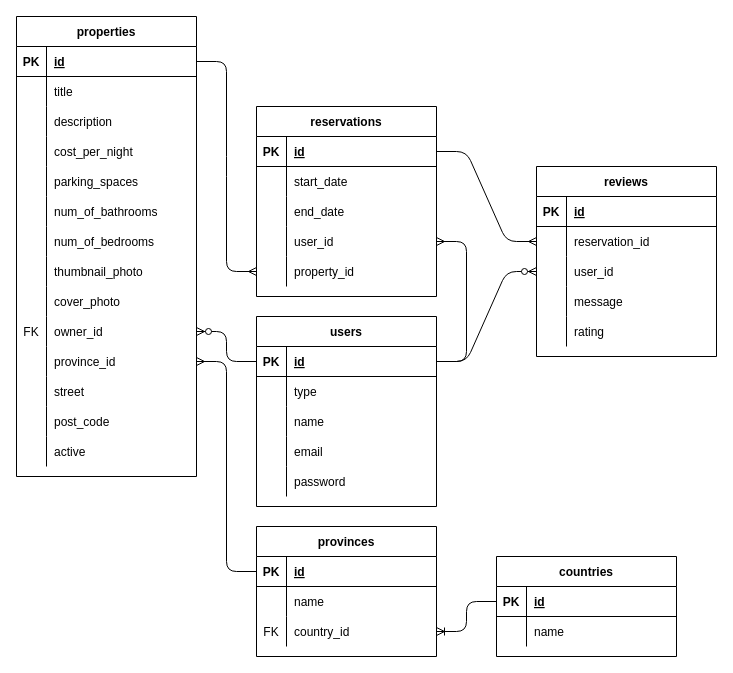
This is LighthouseBnB_ERD.drawio from ahSOLO/lighthouse-web-notes, a draw.io file, before an edit. Source tidied: cells renumbered, new cells numbered last; positions are measured from the earlier drawing's top-left corner, leaving out a move shared by most shapes. Both pictures are drawn from the tidied source at 100%, with x=0, y=0 at pixel (16, 16).
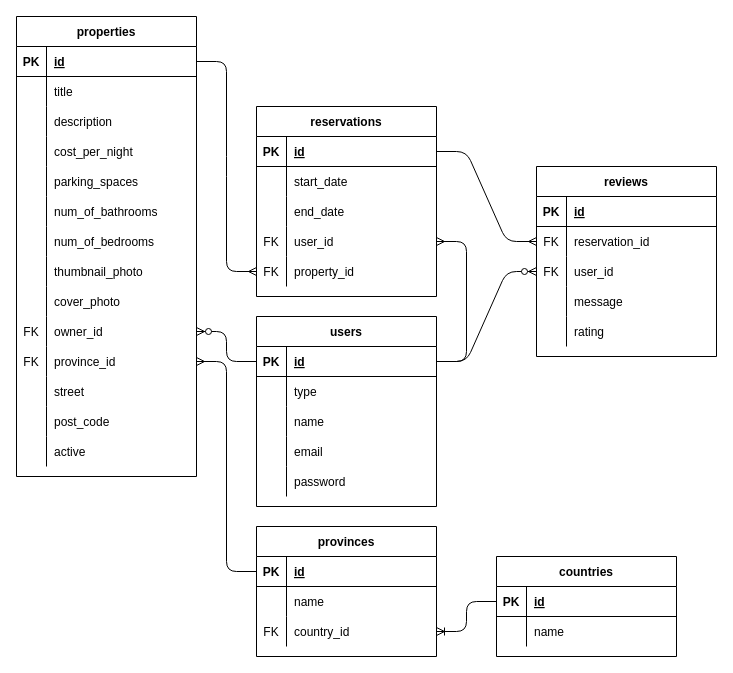
The same page after the edit.

The change refers to these unchanged cells:
```xml
<mxCell id="49" style="shape=partialRectangle;fillColor=none;top=0;left=0;bottom=0;right=0;points=[[0,0.5],[1,0.5]];portConstraint=eastwest;" parent="18" vertex="1">
  <mxGeometry y="330" width="180" height="30" as="geometry" />
</mxCell>
<mxCell id="71" style="shape=partialRectangle;fillColor=none;top=0;left=0;bottom=0;right=0;points=[[0,0.5],[1,0.5]];portConstraint=eastwest;" parent="61" vertex="1">
  <mxGeometry y="120" width="180" height="30" as="geometry" />
</mxCell>
<mxCell id="74" style="shape=partialRectangle;fillColor=none;top=0;left=0;bottom=0;right=0;points=[[0,0.5],[1,0.5]];portConstraint=eastwest;" parent="61" vertex="1">
  <mxGeometry y="150" width="180" height="30" as="geometry" />
</mxCell>
<mxCell id="81" style="shape=partialRectangle;fillColor=none;top=0;left=0;bottom=0;right=0;points=[[0,0.5],[1,0.5]];portConstraint=eastwest;" parent="77" vertex="1">
  <mxGeometry y="60" width="180" height="30" as="geometry" />
</mxCell>
<mxCell id="84" style="shape=partialRectangle;fillColor=none;top=0;left=0;bottom=0;right=0;points=[[0,0.5],[1,0.5]];portConstraint=eastwest;" parent="77" vertex="1">
  <mxGeometry y="90" width="180" height="30" as="geometry" />
</mxCell>
```

The edit, as a diff of the source:
```diff
@@
-    <mxCell id="50" style="shape=partialRectangle;fillColor=none;top=0;left=0;bottom=0;right=0;overflow=hidden;" parent="49" vertex="1">
+    <mxCell id="50" value="FK" style="shape=partialRectangle;fillColor=none;top=0;left=0;bottom=0;right=0;overflow=hidden;" parent="49" vertex="1">
       <mxGeometry width="30" height="30" as="geometry" />
     </mxCell>
@@
-    <mxCell id="72" style="shape=partialRectangle;fillColor=none;top=0;left=0;bottom=0;right=0;overflow=hidden;" parent="71" vertex="1">
+    <mxCell id="72" value="FK" style="shape=partialRectangle;fillColor=none;top=0;left=0;bottom=0;right=0;overflow=hidden;" parent="71" vertex="1">
       <mxGeometry width="30" height="30" as="geometry" />
     </mxCell>
@@
-    <mxCell id="75" style="shape=partialRectangle;fillColor=none;top=0;left=0;bottom=0;right=0;overflow=hidden;" parent="74" vertex="1">
+    <mxCell id="75" value="FK" style="shape=partialRectangle;fillColor=none;top=0;left=0;bottom=0;right=0;overflow=hidden;" parent="74" vertex="1">
       <mxGeometry width="30" height="30" as="geometry" />
     </mxCell>
@@
-    <mxCell id="82" style="shape=partialRectangle;fillColor=none;top=0;left=0;bottom=0;right=0;overflow=hidden;" parent="81" vertex="1">
+    <mxCell id="82" value="FK" style="shape=partialRectangle;fillColor=none;top=0;left=0;bottom=0;right=0;overflow=hidden;" parent="81" vertex="1">
       <mxGeometry width="30" height="30" as="geometry" />
     </mxCell>
@@
-    <mxCell id="85" style="shape=partialRectangle;fillColor=none;top=0;left=0;bottom=0;right=0;overflow=hidden;" parent="84" vertex="1">
+    <mxCell id="85" value="FK" style="shape=partialRectangle;fillColor=none;top=0;left=0;bottom=0;right=0;overflow=hidden;" parent="84" vertex="1">
       <mxGeometry width="30" height="30" as="geometry" />
     </mxCell>
```
